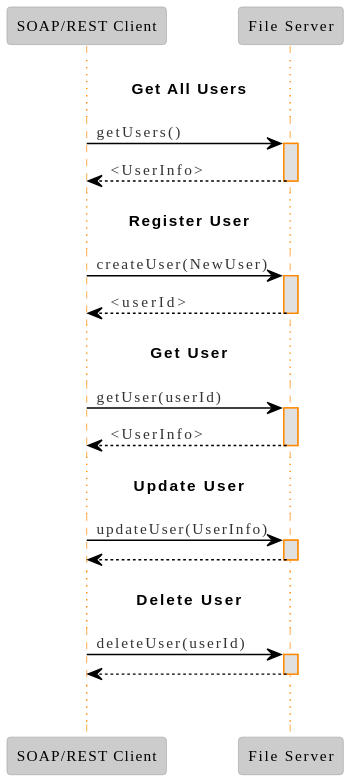
Before: docs/img/Sequence Diagram - Manage Users.svg, a diagram exported from PlantUML (eluinstra/file-server-documentation). Its diagram source:
```plantuml
@startuml
!theme reddress-lightorange

skinparam backgroundColor transparent


participant "SOAP/REST Client" as app
participant "File Server" as fs

... <b>Get All Users ...

app -> fs: getUsers()
activate fs

fs --> app: <UserInfo>
deactivate fs

... <b>Register User ...

app -> fs: createUser(NewUser)
activate fs

fs --> app: <userId>
deactivate fs

... <b>Get User ...

app -> fs: getUser(userId)
activate fs

fs --> app: <UserInfo>
deactivate fs

... <b>Update User ...

app -> fs: updateUser(UserInfo)
activate fs

fs --> app
deactivate fs

... <b>Delete User ...

app -> fs: deleteUser(userId)
activate fs

fs --> app
deactivate fs

...
@enduml
```
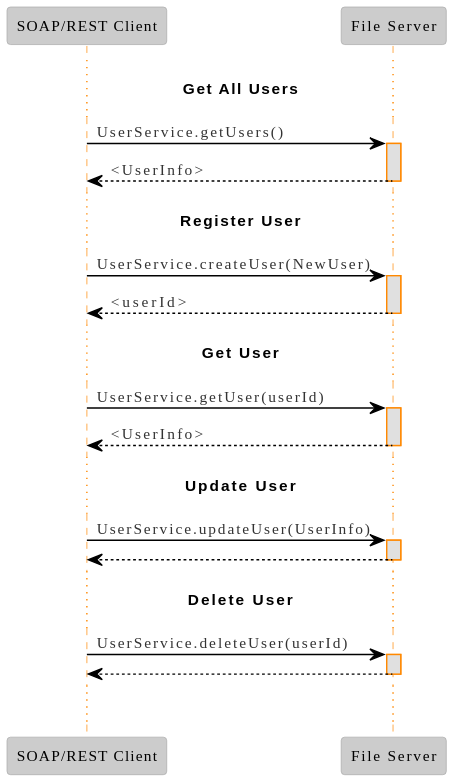
After the change.

Diff of the diagram source:
```diff
@@ -9,7 +9,7 @@
 
 ... <b>Get All Users ...
 
-app -> fs: getUsers()
+app -> fs: UserService.getUsers()
 activate fs
 
 fs --> app: <UserInfo>
@@ -17,7 +17,7 @@
 
 ... <b>Register User ...
 
-app -> fs: createUser(NewUser)
+app -> fs: UserService.createUser(NewUser)
 activate fs
 
 fs --> app: <userId>
@@ -25,7 +25,7 @@
 
 ... <b>Get User ...
 
-app -> fs: getUser(userId)
+app -> fs: UserService.getUser(userId)
 activate fs
 
 fs --> app: <UserInfo>
@@ -33,7 +33,7 @@
 
 ... <b>Update User ...
 
-app -> fs: updateUser(UserInfo)
+app -> fs: UserService.updateUser(UserInfo)
 activate fs
 
 fs --> app
@@ -41,7 +41,7 @@
 
 ... <b>Delete User ...
 
-app -> fs: deleteUser(userId)
+app -> fs: UserService.deleteUser(userId)
 activate fs
 
 fs --> app
```
